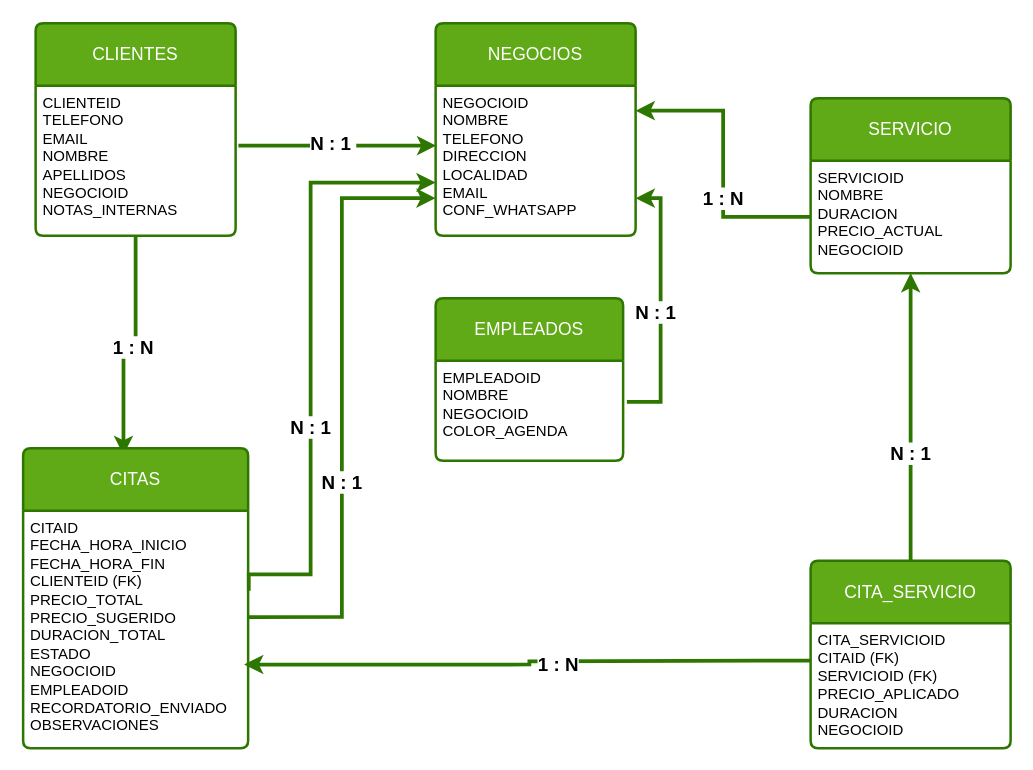
Earlier version of the draw.io diagram Diagrama sin título.drawio (malbaaparicio/GestionCitasApi). Source tidied: cells renumbered, new cells numbered last; positions are measured from the earlier drawing's top-left corner, leaving out a move shared by most shapes. Both pictures are drawn from the tidied source at 125%, with x=0, y=0 at pixel (22, 22).
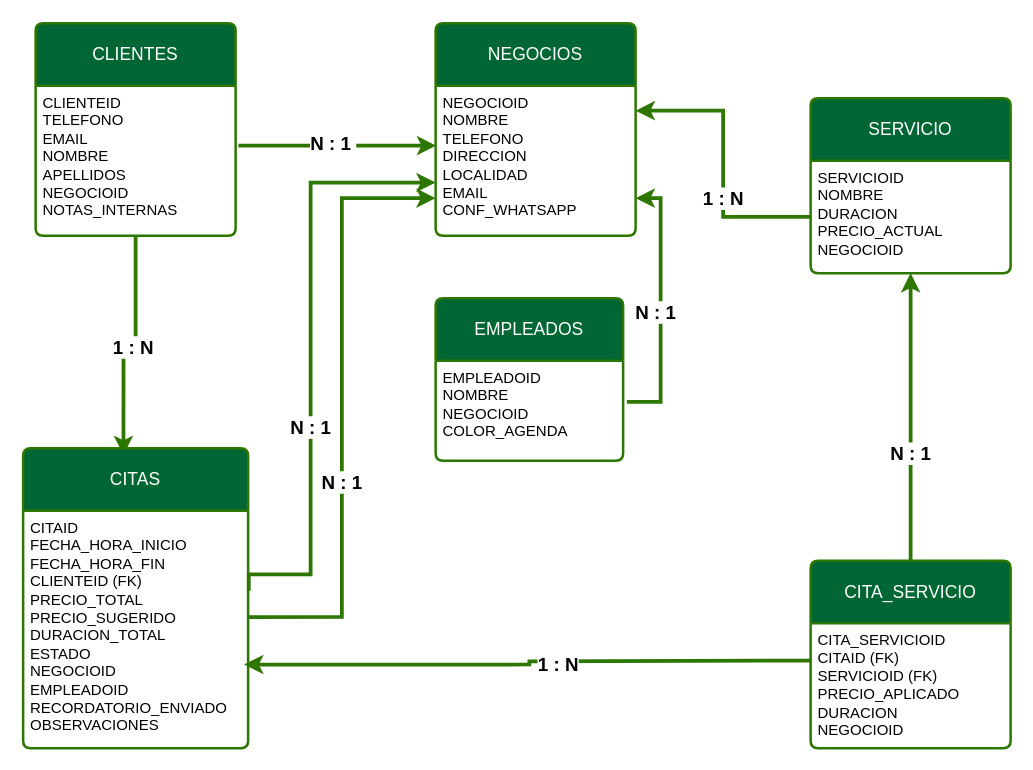
After the change.

Commit message (it also covers changes not shown here):
Implementado borrado de citas con cascada

The edit, as a diff of the source:
```diff
@@
-    <mxCell id="4" value="CLIENTES" style="swimlane;horizontal=1;startSize=50;rounded=1;fontSize=14;fontStyle=0;strokeWidth=2;shadow=0;dashed=0;align=center;arcSize=4;whiteSpace=wrap;html=1;fillColor=#60a917;strokeColor=#2D7600;fontColor=#ffffff;" parent="1" vertex="1">
+    <mxCell id="4" value="CLIENTES" style="swimlane;horizontal=1;startSize=50;rounded=1;fontSize=14;fontStyle=0;strokeWidth=2;shadow=0;dashed=0;align=center;arcSize=4;whiteSpace=wrap;html=1;fillColor=#006633;strokeColor=#2D7600;fontColor=#ffffff;" parent="1" vertex="1">
       <mxGeometry x="10" width="160" height="170" as="geometry" />
     </mxCell>
@@
-    <mxCell id="6" value="SERVICIO" style="swimlane;horizontal=1;startSize=50;rounded=1;fontSize=14;fontStyle=0;strokeWidth=2;shadow=0;dashed=0;align=center;arcSize=4;whiteSpace=wrap;html=1;fillColor=#60a917;fontColor=#ffffff;strokeColor=#2D7600;" parent="1" vertex="1">
+    <mxCell id="6" value="SERVICIO" style="swimlane;horizontal=1;startSize=50;rounded=1;fontSize=14;fontStyle=0;strokeWidth=2;shadow=0;dashed=0;align=center;arcSize=4;whiteSpace=wrap;html=1;fillColor=#006633;fontColor=#ffffff;strokeColor=#2D7600;" parent="1" vertex="1">
       <mxGeometry x="630" y="60" width="160" height="140" as="geometry" />
     </mxCell>
@@
-    <mxCell id="8" value="CITAS" style="swimlane;horizontal=1;startSize=50;rounded=1;fontSize=14;fontStyle=0;strokeWidth=2;shadow=0;dashed=0;align=center;arcSize=4;whiteSpace=wrap;html=1;fillColor=#60a917;fontColor=#ffffff;strokeColor=#2D7600;" parent="1" vertex="1">
+    <mxCell id="8" value="CITAS" style="swimlane;horizontal=1;startSize=50;rounded=1;fontSize=14;fontStyle=0;strokeWidth=2;shadow=0;dashed=0;align=center;arcSize=4;whiteSpace=wrap;html=1;fillColor=#006633;fontColor=#ffffff;strokeColor=#2D7600;" parent="1" vertex="1">
       <mxGeometry y="340" width="180" height="240" as="geometry" />
     </mxCell>
@@
-    <mxCell id="14" value="CITA_SERVICIO" style="swimlane;horizontal=1;startSize=50;rounded=1;fontSize=14;fontStyle=0;strokeWidth=2;shadow=0;dashed=0;align=center;arcSize=4;whiteSpace=wrap;html=1;fillColor=#60a917;fontColor=#ffffff;strokeColor=#2D7600;" parent="1" vertex="1">
+    <mxCell id="14" value="CITA_SERVICIO" style="swimlane;horizontal=1;startSize=50;rounded=1;fontSize=14;fontStyle=0;strokeWidth=2;shadow=0;dashed=0;align=center;arcSize=4;whiteSpace=wrap;html=1;fillColor=#006633;fontColor=#ffffff;strokeColor=#2D7600;" parent="1" vertex="1">
       <mxGeometry x="630" y="430" width="160" height="150" as="geometry" />
     </mxCell>
@@
-    <mxCell id="16" value="NEGOCIOS" style="swimlane;horizontal=1;startSize=50;rounded=1;fontSize=14;fontStyle=0;strokeWidth=2;shadow=0;dashed=0;align=center;arcSize=4;whiteSpace=wrap;html=1;fillColor=#60a917;fontColor=#ffffff;strokeColor=#2D7600;" parent="1" vertex="1">
+    <mxCell id="16" value="NEGOCIOS" style="swimlane;horizontal=1;startSize=50;rounded=1;fontSize=14;fontStyle=0;strokeWidth=2;shadow=0;dashed=0;align=center;arcSize=4;whiteSpace=wrap;html=1;fillColor=#006633;fontColor=#ffffff;strokeColor=#2D7600;" parent="1" vertex="1">
       <mxGeometry x="330" width="160" height="170" as="geometry" />
     </mxCell>
@@
-    <mxCell id="20" value="EMPLEADOS" style="swimlane;horizontal=1;startSize=50;rounded=1;fontSize=14;fontStyle=0;strokeWidth=2;shadow=0;dashed=0;align=center;arcSize=4;whiteSpace=wrap;html=1;fillColor=#60a917;fontColor=#ffffff;strokeColor=#2D7600;" parent="1" vertex="1">
+    <mxCell id="20" value="EMPLEADOS" style="swimlane;horizontal=1;startSize=50;rounded=1;fontSize=14;fontStyle=0;strokeWidth=2;shadow=0;dashed=0;align=center;arcSize=4;whiteSpace=wrap;html=1;fillColor=#006633;fontColor=#ffffff;strokeColor=#2D7600;" parent="1" vertex="1">
       <mxGeometry x="330" y="220" width="150" height="130" as="geometry" />
     </mxCell>
```
